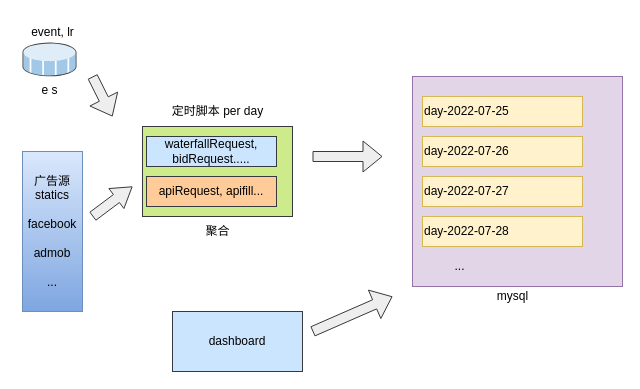
Sc-glong/diagrams keeps this draw.io diagram as event_new.drawio. Above is the earlier version. Source tidied: cells renumbered, new cells numbered last; positions are measured from the earlier drawing's top-left corner, leaving out a move shared by most shapes. Both pictures are drawn from the tidied source at 100%, with x=0, y=0 at pixel (17, 17).
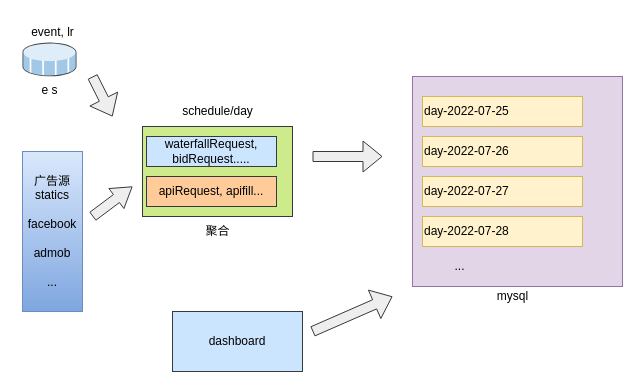
The same page after the edit.

The edit, as a diff of the source:
```diff
@@
-    <mxCell id="18" value="定时脚本 per day" style="text;html=1;align=center;verticalAlign=middle;strokeColor=none;fillColor=none;" parent="1" vertex="1">
-      <mxGeometry x="145" y="79" width="110" height="30" as="geometry" />
+    <mxCell id="18" value="schedule/day" style="text;html=1;align=center;verticalAlign=middle;strokeColor=none;fillColor=none;" parent="1" vertex="1">
+      <mxGeometry x="155" y="79" width="90" height="30" as="geometry" />
     </mxCell>
```
